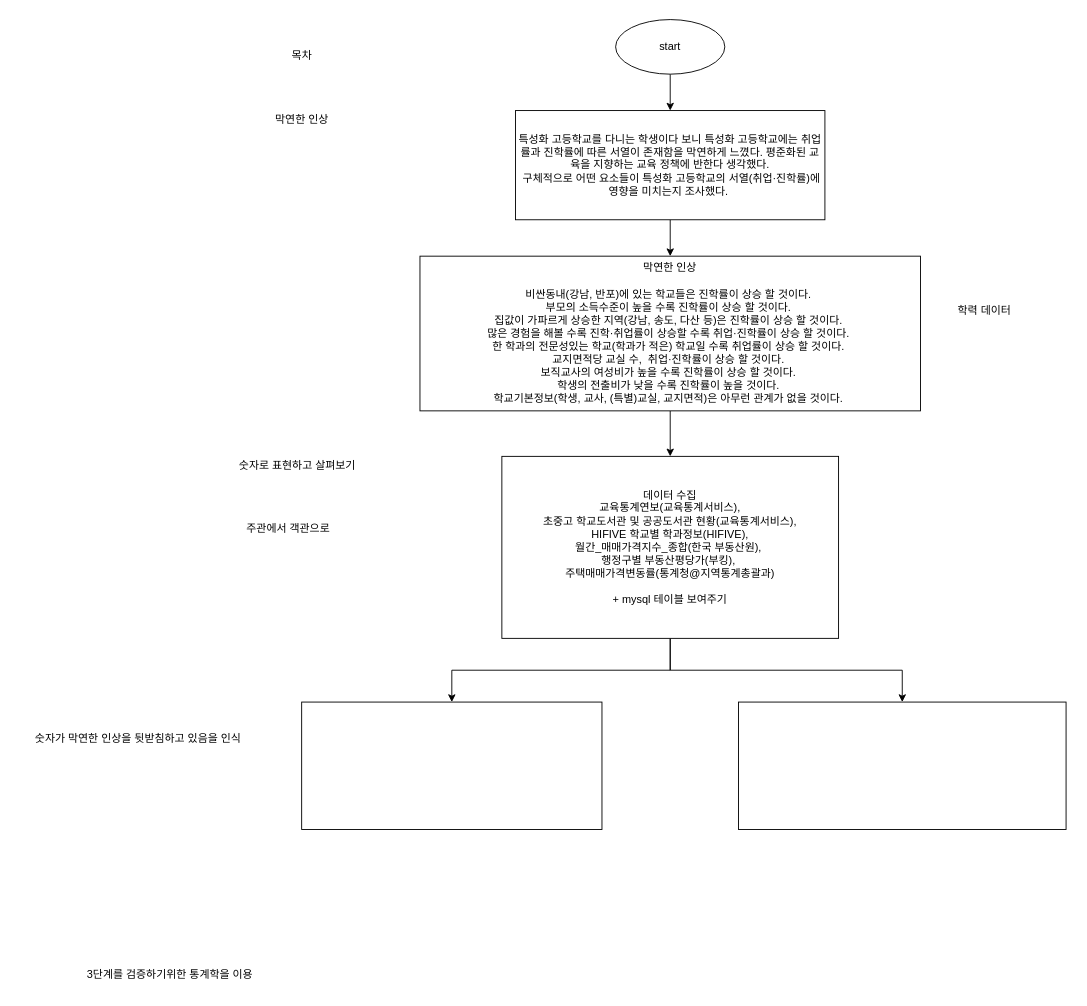
The draw.io diagram page "Page-2" (2 of 2) of 2020/탐구순서.drawio in JiwonChung/dataCompetition, before the edit. Source tidied: cells renumbered, new cells numbered last; positions are measured from the earlier drawing's top-left corner, leaving out a move shared by most shapes. Both pictures are drawn from the tidied source at 91%, with x=0, y=0 at pixel (19, 19).
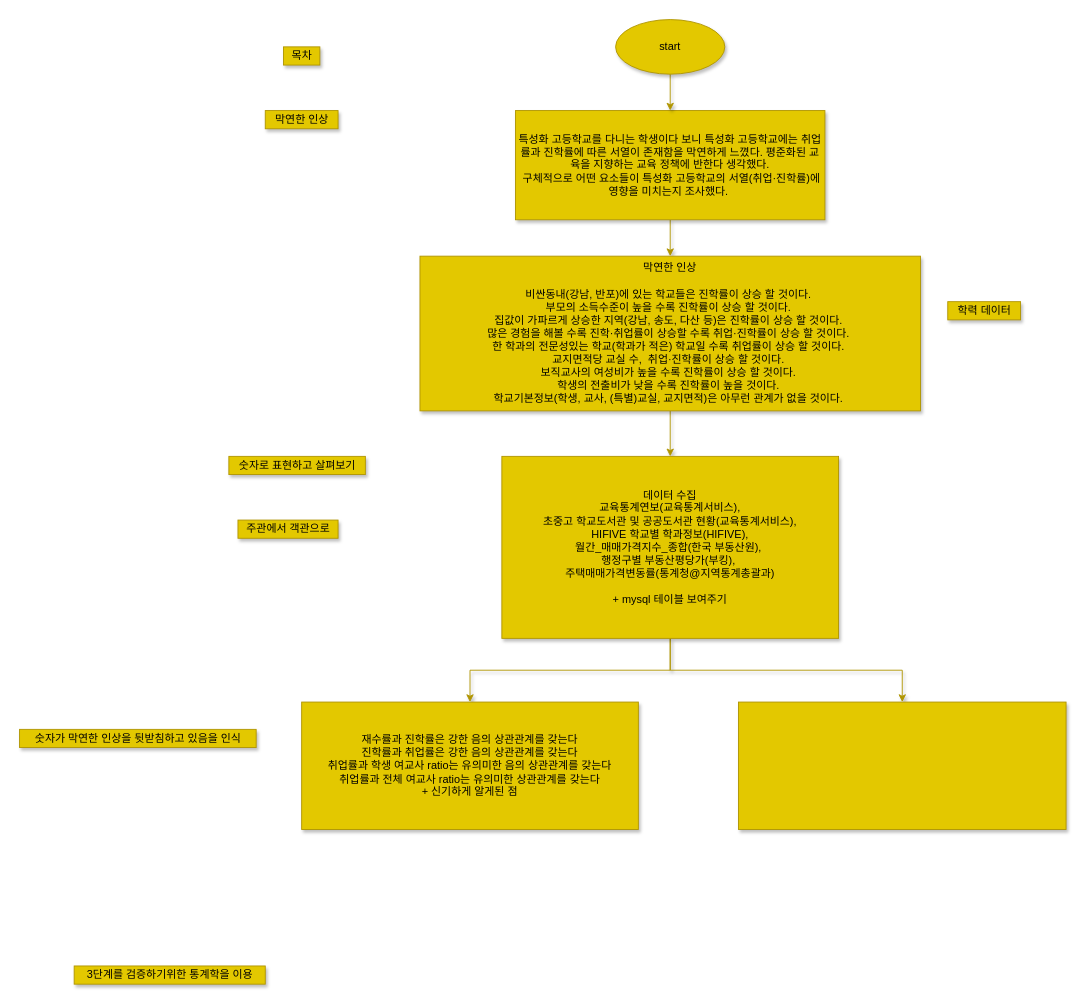
After the change.

The edit, as a diff of the source:
```diff
@@
 <mxGraphModel>
   <root>
     <mxCell id="0" />
     <mxCell id="1" parent="0" />
-    <mxCell id="2" value="목차" style="text;html=1;align=center;verticalAlign=middle;strokeColor=none;" parent="1" vertex="1">
+    <mxCell id="2" value="목차" style="text;html=1;align=center;verticalAlign=middle;strokeColor=#B09500;shadow=1;fillColor=#e3c800;fontColor=#000000;" parent="1" vertex="1">
       <mxGeometry x="290" y="30" width="40" height="20" as="geometry" />
     </mxCell>
-    <mxCell id="3" style="edgeStyle=orthogonalEdgeStyle;rounded=0;jettySize=auto;html=1;" parent="1" edge="1" source="4" target="10">
+    <mxCell id="3" style="edgeStyle=orthogonalEdgeStyle;rounded=0;jettySize=auto;html=1;shadow=1;fillColor=#e3c800;strokeColor=#B09500;fontColor=#000000;" parent="1" edge="1" source="4" target="10">
       <mxGeometry relative="1" as="geometry" />
     </mxCell>
-    <mxCell id="4" value="특성화 고등학교를 다니는 학생이다 보니 특성화 고등학교에는 취업률과 진학률에 따른 서열이 존재함을 막연하게 느꼈다. 평준화된 교육을 지향하는 교육 정책에 반한다 생각했다.&lt;br&gt;&amp;nbsp;구체적으로 어떤 요소들이 특성화 고등학교의 서열(취업·진학률)에 영향을 미치는지 조사했다.&amp;nbsp;" style="whiteSpace=wrap;html=1;" parent="1" vertex="1">
+    <mxCell id="4" value="특성화 고등학교를 다니는 학생이다 보니 특성화 고등학교에는 취업률과 진학률에 따른 서열이 존재함을 막연하게 느꼈다. 평준화된 교육을 지향하는 교육 정책에 반한다 생각했다.&lt;br&gt;&amp;nbsp;구체적으로 어떤 요소들이 특성화 고등학교의 서열(취업·진학률)에 영향을 미치는지 조사했다.&amp;nbsp;" style="whiteSpace=wrap;html=1;shadow=1;fillColor=#e3c800;strokeColor=#B09500;fontColor=#000000;" parent="1" vertex="1">
       <mxGeometry x="545" y="100" width="340" height="120" as="geometry" />
     </mxCell>
-    <mxCell id="5" value="막연한 인상" style="text;html=1;align=center;verticalAlign=middle;strokeColor=none;" parent="1" vertex="1">
+    <mxCell id="5" value="막연한 인상" style="text;html=1;align=center;verticalAlign=middle;strokeColor=#B09500;shadow=1;fillColor=#e3c800;fontColor=#000000;" parent="1" vertex="1">
       <mxGeometry x="270" y="100" width="80" height="20" as="geometry" />
     </mxCell>
-    <mxCell id="6" value="숫자로 표현하고 살펴보기" style="text;html=1;align=center;verticalAlign=middle;strokeColor=none;" parent="1" vertex="1">
+    <mxCell id="6" value="숫자로 표현하고 살펴보기" style="text;html=1;align=center;verticalAlign=middle;strokeColor=#B09500;shadow=1;fillColor=#e3c800;fontColor=#000000;" parent="1" vertex="1">
       <mxGeometry x="230" y="480" width="150" height="20" as="geometry" />
     </mxCell>
-    <mxCell id="7" value="숫자가 막연한 인상을 뒷받침하고 있음을 인식" style="text;html=1;align=center;verticalAlign=middle;strokeColor=none;" parent="1" vertex="1">
+    <mxCell id="7" value="숫자가 막연한 인상을 뒷받침하고 있음을 인식" style="text;html=1;align=center;verticalAlign=middle;strokeColor=#B09500;shadow=1;fillColor=#e3c800;fontColor=#000000;" parent="1" vertex="1">
       <mxGeometry y="780" width="260" height="20" as="geometry" />
     </mxCell>
-    <mxCell id="8" value="3단계를 검증하기위한 통계학을 이용" style="text;html=1;align=center;verticalAlign=middle;strokeColor=none;" parent="1" vertex="1">
+    <mxCell id="8" value="3단계를 검증하기위한 통계학을 이용" style="text;html=1;align=center;verticalAlign=middle;strokeColor=#B09500;shadow=1;fillColor=#e3c800;fontColor=#000000;" parent="1" vertex="1">
       <mxGeometry x="60" y="1040" width="210" height="20" as="geometry" />
     </mxCell>
-    <mxCell id="9" style="edgeStyle=orthogonalEdgeStyle;rounded=0;jettySize=auto;html=1;" parent="1" edge="1" source="10" target="14">
+    <mxCell id="9" style="edgeStyle=orthogonalEdgeStyle;rounded=0;jettySize=auto;html=1;shadow=1;fillColor=#e3c800;strokeColor=#B09500;fontColor=#000000;" parent="1" edge="1" source="10" target="14">
       <mxGeometry relative="1" as="geometry" />
     </mxCell>
-    <mxCell id="10" value="막연한 인상&lt;br&gt;&lt;br&gt;비싼동내(강남, 반포)에 있는 학교들은 진학률이 상승 할 것이다.&amp;nbsp;&lt;br&gt;부모의 소득수준이 높을 수록 진학률이 상승 할 것이다.&amp;nbsp;&lt;br&gt;집값이 가파르게 상승한 지역(강남, 송도, 다산 등)은 진학률이 상승 할 것이다.&amp;nbsp;&lt;br&gt;많은 경험을 해볼 수록 진학·취업률이 상승할 수록 취업·진학률이 상승 할 것이다.&amp;nbsp;&lt;br&gt;한 학과의 전문성있는 학교(학과가 적은) 학교일 수록 취업률이 상승 할 것이다.&amp;nbsp;&lt;br&gt;교지면적당 교실 수,&amp;nbsp; 취업·진학률이 상승 할 것이다.&amp;nbsp;&lt;br&gt;보직교사의 여성비가 높을 수록 진학률이 상승 할 것이다.&amp;nbsp;&lt;br&gt;학생의 전출비가 낮을 수록 진학률이 높을 것이다.&amp;nbsp;&lt;br&gt;학교기본정보(학생, 교사, (특별)교실, 교지면적)은 아무런 관계가 없을 것이다.&amp;nbsp;" style="whiteSpace=wrap;html=1;" parent="1" vertex="1">
+    <mxCell id="10" value="막연한 인상&lt;br&gt;&lt;br&gt;비싼동내(강남, 반포)에 있는 학교들은 진학률이 상승 할 것이다.&amp;nbsp;&lt;br&gt;부모의 소득수준이 높을 수록 진학률이 상승 할 것이다.&amp;nbsp;&lt;br&gt;집값이 가파르게 상승한 지역(강남, 송도, 다산 등)은 진학률이 상승 할 것이다.&amp;nbsp;&lt;br&gt;많은 경험을 해볼 수록 진학·취업률이 상승할 수록 취업·진학률이 상승 할 것이다.&amp;nbsp;&lt;br&gt;한 학과의 전문성있는 학교(학과가 적은) 학교일 수록 취업률이 상승 할 것이다.&amp;nbsp;&lt;br&gt;교지면적당 교실 수,&amp;nbsp; 취업·진학률이 상승 할 것이다.&amp;nbsp;&lt;br&gt;보직교사의 여성비가 높을 수록 진학률이 상승 할 것이다.&amp;nbsp;&lt;br&gt;학생의 전출비가 낮을 수록 진학률이 높을 것이다.&amp;nbsp;&lt;br&gt;학교기본정보(학생, 교사, (특별)교실, 교지면적)은 아무런 관계가 없을 것이다.&amp;nbsp;" style="whiteSpace=wrap;html=1;shadow=1;fillColor=#e3c800;strokeColor=#B09500;fontColor=#000000;" parent="1" vertex="1">
       <mxGeometry x="440" y="260" width="550" height="170" as="geometry" />
     </mxCell>
-    <mxCell id="11" value="학력 데이터" style="text;html=1;align=center;verticalAlign=middle;strokeColor=none;" parent="1" vertex="1">
+    <mxCell id="11" value="학력 데이터" style="text;html=1;align=center;verticalAlign=middle;strokeColor=#B09500;shadow=1;fillColor=#e3c800;fontColor=#000000;" parent="1" vertex="1">
       <mxGeometry x="1020" y="310" width="80" height="20" as="geometry" />
     </mxCell>
-    <mxCell id="12" style="edgeStyle=orthogonalEdgeStyle;rounded=0;jettySize=auto;html=1;exitX=0.5;exitY=1;exitDx=0;exitDy=0;entryX=0.5;entryY=0;entryDx=0;entryDy=0;" parent="1" edge="1" source="14" target="15">
+    <mxCell id="12" style="edgeStyle=orthogonalEdgeStyle;rounded=0;jettySize=auto;html=1;exitX=0.5;exitY=1;exitDx=0;exitDy=0;entryX=0.5;entryY=0;entryDx=0;entryDy=0;shadow=1;fillColor=#e3c800;strokeColor=#B09500;fontColor=#000000;" parent="1" edge="1" source="14" target="15">
       <mxGeometry relative="1" as="geometry" />
     </mxCell>
-    <mxCell id="13" style="edgeStyle=orthogonalEdgeStyle;rounded=0;jettySize=auto;html=1;exitX=0.5;exitY=1;exitDx=0;exitDy=0;entryX=0.5;entryY=0;entryDx=0;entryDy=0;" parent="1" edge="1" source="14" target="17">
+    <mxCell id="13" style="edgeStyle=orthogonalEdgeStyle;rounded=0;jettySize=auto;html=1;exitX=0.5;exitY=1;exitDx=0;exitDy=0;entryX=0.5;entryY=0;entryDx=0;entryDy=0;shadow=1;fillColor=#e3c800;strokeColor=#B09500;fontColor=#000000;" parent="1" edge="1" source="14" target="17">
       <mxGeometry relative="1" as="geometry" />
     </mxCell>
-    <mxCell id="14" value="데이터 수집&lt;br&gt;&lt;div&gt;교육통계연보(교육통계서비스),&lt;/div&gt;&lt;div&gt;초중고 학교도서관 및 공공도서관 현황(교육통계서비스),&lt;/div&gt;&lt;div&gt;HIFIVE 학교별 학과정보(HIFIVE),&lt;/div&gt;&lt;div&gt;월간_매매가격지수_종합(한국 부동산원),&amp;nbsp;&lt;/div&gt;&lt;div&gt;행정구별 부동산평당가(부킹),&amp;nbsp;&lt;/div&gt;&lt;div&gt;주택매매가격변동률(통계청@지역통계총괄과)&lt;/div&gt;&lt;div&gt;&lt;br&gt;&lt;/div&gt;&lt;div&gt;+ mysql 테이블 보여주기&lt;/div&gt;" style="whiteSpace=wrap;html=1;" parent="1" vertex="1">
+    <mxCell id="14" value="데이터 수집&lt;br&gt;&lt;div&gt;교육통계연보(교육통계서비스),&lt;/div&gt;&lt;div&gt;초중고 학교도서관 및 공공도서관 현황(교육통계서비스),&lt;/div&gt;&lt;div&gt;HIFIVE 학교별 학과정보(HIFIVE),&lt;/div&gt;&lt;div&gt;월간_매매가격지수_종합(한국 부동산원),&amp;nbsp;&lt;/div&gt;&lt;div&gt;행정구별 부동산평당가(부킹),&amp;nbsp;&lt;/div&gt;&lt;div&gt;주택매매가격변동률(통계청@지역통계총괄과)&lt;/div&gt;&lt;div&gt;&lt;br&gt;&lt;/div&gt;&lt;div&gt;+ mysql 테이블 보여주기&lt;/div&gt;" style="whiteSpace=wrap;html=1;shadow=1;fillColor=#e3c800;strokeColor=#B09500;fontColor=#000000;" parent="1" vertex="1">
       <mxGeometry x="530" y="480" width="370" height="200" as="geometry" />
     </mxCell>
-    <mxCell id="15" style="whiteSpace=wrap;html=1;" parent="1" vertex="1">
-      <mxGeometry x="310" y="750" width="330" height="140" as="geometry" />
+    <mxCell id="15" value="재수률과 진학률은 강한 음의 상관관계를 갖는다&lt;br&gt;진학률과 취업률은 강한 음의 상관관계를 갖는다&lt;br&gt;취업률과 학생 여교사 ratio는 유의미한 음의 상관관계를 갖는다&lt;br&gt;취업률과 전체 여교사 ratio는 유의미한 상관관계를 갖는다&lt;br&gt;+ 신기하게 알게된 점" style="whiteSpace=wrap;html=1;shadow=1;fillColor=#e3c800;strokeColor=#B09500;fontColor=#000000;" parent="1" vertex="1">
+      <mxGeometry x="310" y="750" width="370" height="140" as="geometry" />
     </mxCell>
-    <mxCell id="16" value="주관에서 객관으로" style="text;html=1;align=center;verticalAlign=middle;strokeColor=none;" parent="1" vertex="1">
+    <mxCell id="16" value="주관에서 객관으로" style="text;html=1;align=center;verticalAlign=middle;strokeColor=#B09500;shadow=1;fillColor=#e3c800;fontColor=#000000;" parent="1" vertex="1">
       <mxGeometry x="240" y="550" width="110" height="20" as="geometry" />
     </mxCell>
-    <mxCell id="17" style="whiteSpace=wrap;html=1;" parent="1" vertex="1">
+    <mxCell id="17" style="whiteSpace=wrap;html=1;shadow=1;fillColor=#e3c800;strokeColor=#B09500;fontColor=#000000;" parent="1" vertex="1">
       <mxGeometry x="790" y="750" width="360" height="140" as="geometry" />
     </mxCell>
-    <mxCell id="18" style="edgeStyle=orthogonalEdgeStyle;rounded=0;jettySize=auto;html=1;exitX=0.5;exitY=1;exitDx=0;exitDy=0;entryX=0.5;entryY=0;entryDx=0;entryDy=0;" parent="1" edge="1" source="19" target="4">
+    <mxCell id="18" style="edgeStyle=orthogonalEdgeStyle;rounded=0;jettySize=auto;html=1;exitX=0.5;exitY=1;exitDx=0;exitDy=0;entryX=0.5;entryY=0;entryDx=0;entryDy=0;shadow=1;fillColor=#e3c800;strokeColor=#B09500;fontColor=#000000;" parent="1" edge="1" source="19" target="4">
       <mxGeometry relative="1" as="geometry" />
     </mxCell>
-    <mxCell id="19" value="start" style="ellipse;whiteSpace=wrap;html=1;" parent="1" vertex="1">
+    <mxCell id="19" value="start" style="ellipse;whiteSpace=wrap;html=1;shadow=1;fillColor=#e3c800;strokeColor=#B09500;fontColor=#000000;" parent="1" vertex="1">
       <mxGeometry x="655" width="120" height="60" as="geometry" />
     </mxCell>
   </root>
 </mxGraphModel>
```
